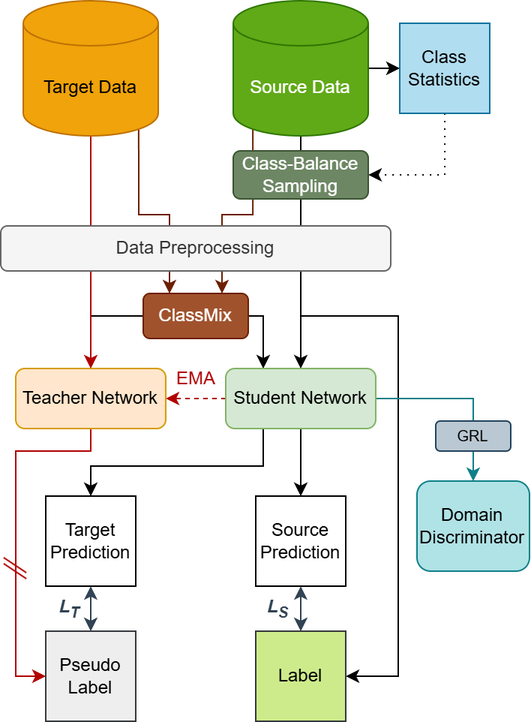
The draw.io diagram figure/Training_Flow_Chart.png in ZackChen1140/HDRSeg-UDA, before a commit. Source tidied: cells renumbered, new cells last; positions are measured from the earlier drawing's top-left corner, leaving out a move shared by most shapes.
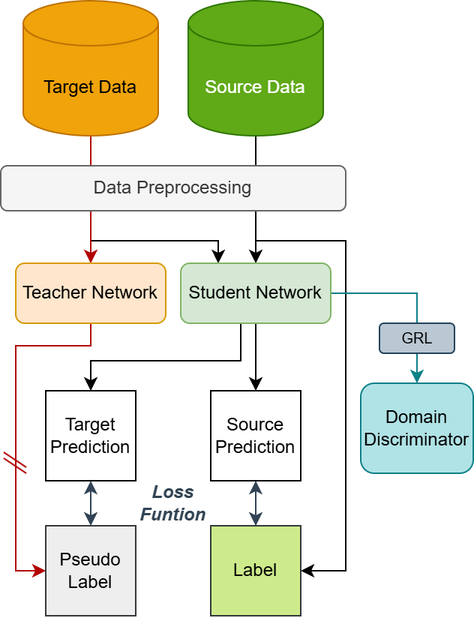
The same diagram one commit later.

Change to the diagram source:
```diff
@@ -2,62 +2,41 @@
   <root>
     <mxCell id="0" />
     <mxCell id="1" parent="0" />
-    <mxCell id="2" value="&lt;font style=&quot;color: rgb(49, 67, 84);&quot;&gt;&lt;b style=&quot;&quot;&gt;&lt;i style=&quot;&quot;&gt;L&lt;sub style=&quot;&quot;&gt;S&lt;/sub&gt;&lt;/i&gt;&lt;/b&gt;&lt;/font&gt;" style="text;html=1;align=center;verticalAlign=middle;whiteSpace=wrap;rounded=0;" parent="1" vertex="1">
-      <mxGeometry x="155" y="390" width="60" height="30" as="geometry" />
+    <mxCell id="2" value="&lt;font style=&quot;color: rgb(49, 67, 84);&quot;&gt;&lt;b style=&quot;&quot;&gt;&lt;i style=&quot;&quot;&gt;Loss Funtion&lt;/i&gt;&lt;/b&gt;&lt;/font&gt;" style="text;html=1;align=center;verticalAlign=middle;whiteSpace=wrap;rounded=0;" parent="1" vertex="1">
+      <mxGeometry x="100" y="390" width="60" height="30" as="geometry" />
     </mxCell>
-    <mxCell id="3" value="&lt;font style=&quot;color: rgb(49, 67, 84);&quot;&gt;&lt;b style=&quot;&quot;&gt;&lt;i style=&quot;&quot;&gt;L&lt;sub style=&quot;&quot;&gt;T&lt;/sub&gt;&lt;/i&gt;&lt;/b&gt;&lt;/font&gt;" style="text;html=1;align=center;verticalAlign=middle;whiteSpace=wrap;rounded=0;" parent="1" vertex="1">
-      <mxGeometry x="16" y="390" width="60" height="30" as="geometry" />
-    </mxCell>
-    <mxCell id="4" style="edgeStyle=orthogonalEdgeStyle;rounded=0;jettySize=auto;html=1;exitX=1;exitY=0.5;exitDx=0;exitDy=0;exitPerimeter=0;entryX=0;entryY=0.5;entryDx=0;entryDy=0;" parent="1" edge="1" source="8" target="14">
-      <mxGeometry relative="1" as="geometry" />
-    </mxCell>
     <mxCell id="5" style="edgeStyle=orthogonalEdgeStyle;rounded=0;jettySize=auto;html=1;exitX=0.5;exitY=1;exitDx=0;exitDy=0;exitPerimeter=0;entryX=0.5;entryY=0;entryDx=0;entryDy=0;" parent="1" edge="1" source="8" target="20">
       <mxGeometry relative="1" as="geometry" />
     </mxCell>
-    <mxCell id="6" style="edgeStyle=orthogonalEdgeStyle;rounded=0;jettySize=auto;html=1;exitX=0.145;exitY=1;exitDx=0;exitDy=-4.35;exitPerimeter=0;entryX=0.75;entryY=0;entryDx=0;entryDy=0;fillColor=#a0522d;strokeColor=#6D1F00;" parent="1" edge="1" source="8" target="34">
-      <mxGeometry relative="1" as="geometry" />
-    </mxCell>
     <mxCell id="7" style="edgeStyle=orthogonalEdgeStyle;rounded=0;jettySize=auto;html=1;exitX=0.5;exitY=1;exitDx=0;exitDy=0;exitPerimeter=0;entryX=1;entryY=0.5;entryDx=0;entryDy=0;" parent="1" edge="1" source="8" target="33">
       <mxGeometry relative="1" as="geometry">
         <Array as="points">
-          <mxPoint x="200" y="210" />
-          <mxPoint x="265" y="210" />
-          <mxPoint x="265" y="450" />
+          <mxPoint x="185" y="230" />
+          <mxPoint x="245" y="230" />
+          <mxPoint x="245" y="450" />
         </Array>
       </mxGeometry>
     </mxCell>
     <mxCell id="8" value="Source Data" style="shape=cylinder3;whiteSpace=wrap;html=1;boundedLbl=1;backgroundOutline=1;size=15;fillColor=#60a917;fontColor=#ffffff;strokeColor=#2D7600;" parent="1" vertex="1">
-      <mxGeometry x="155" width="90" height="90" as="geometry" />
+      <mxGeometry x="140" y="70" width="90" height="90" as="geometry" />
     </mxCell>
     <mxCell id="9" style="edgeStyle=orthogonalEdgeStyle;rounded=0;jettySize=auto;html=1;exitX=0.5;exitY=1;exitDx=0;exitDy=0;exitPerimeter=0;entryX=0.25;entryY=0;entryDx=0;entryDy=0;" parent="1" edge="1" source="12" target="20">
       <mxGeometry relative="1" as="geometry">
         <Array as="points">
-          <mxPoint x="60" y="210" />
-          <mxPoint x="175" y="210" />
+          <mxPoint x="75" y="230" />
+          <mxPoint x="160" y="230" />
         </Array>
       </mxGeometry>
     </mxCell>
     <mxCell id="10" style="edgeStyle=orthogonalEdgeStyle;rounded=0;jettySize=auto;html=1;exitX=0.5;exitY=1;exitDx=0;exitDy=0;exitPerimeter=0;entryX=0.5;entryY=0;entryDx=0;entryDy=0;fillColor=#e51400;strokeColor=#B20000;" parent="1" edge="1" source="12" target="22">
       <mxGeometry relative="1" as="geometry" />
     </mxCell>
-    <mxCell id="11" style="edgeStyle=orthogonalEdgeStyle;rounded=0;jettySize=auto;html=1;exitX=0.855;exitY=1;exitDx=0;exitDy=-4.35;exitPerimeter=0;entryX=0.25;entryY=0;entryDx=0;entryDy=0;fillColor=#a0522d;strokeColor=#6D1F00;" parent="1" edge="1" source="12" target="34">
-      <mxGeometry relative="1" as="geometry" />
-    </mxCell>
     <mxCell id="12" value="Target Data" style="shape=cylinder3;whiteSpace=wrap;html=1;boundedLbl=1;backgroundOutline=1;size=15;fillColor=#f0a30a;fontColor=#000000;strokeColor=#BD7000;" parent="1" vertex="1">
-      <mxGeometry x="15" width="90" height="90" as="geometry" />
+      <mxGeometry x="30" y="70" width="90" height="90" as="geometry" />
     </mxCell>
-    <mxCell id="13" style="edgeStyle=orthogonalEdgeStyle;rounded=0;jettySize=auto;html=1;exitX=0.5;exitY=1;exitDx=0;exitDy=0;entryX=1;entryY=0.5;entryDx=0;entryDy=0;dashed=1;dashPattern=1 4;" parent="1" edge="1" source="14" target="24">
-      <mxGeometry relative="1" as="geometry" />
-    </mxCell>
-    <mxCell id="14" value="&lt;div&gt;&lt;span style=&quot;background-color: transparent; color: light-dark(rgb(0, 0, 0), rgb(255, 255, 255));&quot;&gt;Class&lt;/span&gt;&lt;/div&gt;&lt;div&gt;&lt;span style=&quot;background-color: transparent; color: light-dark(rgb(0, 0, 0), rgb(255, 255, 255));&quot;&gt;Statistics&lt;/span&gt;&lt;/div&gt;" style="rounded=0;whiteSpace=wrap;html=1;fillColor=#b1ddf0;strokeColor=#10739e;" parent="1" vertex="1">
-      <mxGeometry x="266" y="15" width="60" height="60" as="geometry" />
-    </mxCell>
     <mxCell id="15" value="Data Preprocessing" style="rounded=1;whiteSpace=wrap;html=1;fillColor=#f5f5f5;fontColor=#333333;strokeColor=#666666;" parent="1" vertex="1">
-      <mxGeometry y="150" width="260" height="30" as="geometry" />
+      <mxGeometry x="15" y="180" width="230" height="30" as="geometry" />
     </mxCell>
-    <mxCell id="16" style="edgeStyle=orthogonalEdgeStyle;rounded=0;jettySize=auto;html=1;exitX=0;exitY=0.5;exitDx=0;exitDy=0;entryX=1;entryY=0.5;entryDx=0;entryDy=0;dashed=1;fillColor=#e51400;strokeColor=#B20000;" parent="1" edge="1" source="20" target="22">
-      <mxGeometry relative="1" as="geometry" />
-    </mxCell>
     <mxCell id="17" style="edgeStyle=orthogonalEdgeStyle;rounded=0;jettySize=auto;html=1;exitX=0.5;exitY=1;exitDx=0;exitDy=0;entryX=0.5;entryY=0;entryDx=0;entryDy=0;" parent="1" edge="1" source="20" target="30">
       <mxGeometry relative="1" as="geometry" />
     </mxCell>
@@ -65,7 +44,7 @@
       <mxGeometry relative="1" as="geometry">
         <Array as="points">
           <mxPoint x="175" y="310" />
-          <mxPoint x="60" y="310" />
+          <mxPoint x="75" y="310" />
         </Array>
       </mxGeometry>
     </mxCell>
@@ -73,31 +52,25 @@
       <mxGeometry relative="1" as="geometry" />
     </mxCell>
     <mxCell id="20" value="Student Network" style="rounded=1;whiteSpace=wrap;html=1;fillColor=#d5e8d4;strokeColor=#82b366;" parent="1" vertex="1">
-      <mxGeometry x="150" y="245" width="100" height="40" as="geometry" />
+      <mxGeometry x="135" y="245" width="100" height="40" as="geometry" />
     </mxCell>
     <mxCell id="21" style="edgeStyle=orthogonalEdgeStyle;rounded=0;jettySize=auto;html=1;exitX=0.5;exitY=1;exitDx=0;exitDy=0;entryX=0;entryY=0.5;entryDx=0;entryDy=0;fillColor=#e51400;strokeColor=#B20000;" parent="1" edge="1" source="22" target="25">
       <mxGeometry relative="1" as="geometry">
         <Array as="points">
-          <mxPoint x="60" y="300" />
-          <mxPoint x="10" y="300" />
-          <mxPoint x="10" y="450" />
+          <mxPoint x="75" y="300" />
+          <mxPoint x="25" y="300" />
+          <mxPoint x="25" y="450" />
         </Array>
       </mxGeometry>
     </mxCell>
     <mxCell id="22" value="Teacher Network" style="rounded=1;whiteSpace=wrap;html=1;fillColor=#ffe6cc;strokeColor=#d79b00;" parent="1" vertex="1">
-      <mxGeometry x="10" y="245" width="100" height="40" as="geometry" />
+      <mxGeometry x="25" y="245" width="100" height="40" as="geometry" />
     </mxCell>
-    <mxCell id="23" value="&lt;font style=&quot;color: rgb(178, 0, 0);&quot;&gt;EMA&lt;/font&gt;" style="text;html=1;align=center;verticalAlign=middle;strokeColor=none;fillColor=none;" parent="1" vertex="1">
-      <mxGeometry x="105" y="237" width="50" height="30" as="geometry" />
-    </mxCell>
-    <mxCell id="24" value="Class-Balance&lt;div&gt;Sampling&lt;/div&gt;" style="rounded=1;whiteSpace=wrap;html=1;fillColor=#6d8764;fontColor=#ffffff;strokeColor=#3A5431;" parent="1" vertex="1">
-      <mxGeometry x="155" y="100" width="90" height="32" as="geometry" />
-    </mxCell>
     <mxCell id="25" value="&lt;div&gt;Pseudo&lt;/div&gt;&lt;div&gt;Label&lt;/div&gt;" style="rounded=0;whiteSpace=wrap;html=1;fillColor=#eeeeee;strokeColor=#36393d;" parent="1" vertex="1">
-      <mxGeometry x="30" y="420" width="60" height="60" as="geometry" />
+      <mxGeometry x="45" y="420" width="60" height="60" as="geometry" />
     </mxCell>
     <mxCell id="26" style="group;rotation=90;" parent="1" vertex="1">
-      <mxGeometry x="2" y="370" width="14" height="15" as="geometry" />
+      <mxGeometry x="17" y="370" width="14" height="15" as="geometry" />
     </mxCell>
     <mxCell id="27" style="endArrow=none;html=1;rounded=0;fillColor=#e51400;strokeColor=#B20000;" parent="26" edge="1">
       <mxGeometry relative="1" as="geometry">
@@ -115,25 +88,22 @@
       <mxGeometry relative="1" as="geometry" />
     </mxCell>
     <mxCell id="30" value="&lt;div&gt;Source&lt;/div&gt;&lt;div&gt;Prediction&lt;/div&gt;" style="rounded=0;whiteSpace=wrap;html=1;labelBackgroundColor=default;fillStyle=solid;" parent="1" vertex="1">
-      <mxGeometry x="170" y="330" width="60" height="60" as="geometry" />
+      <mxGeometry x="155" y="330" width="60" height="60" as="geometry" />
     </mxCell>
     <mxCell id="31" style="edgeStyle=orthogonalEdgeStyle;rounded=0;jettySize=auto;html=1;exitX=0.5;exitY=1;exitDx=0;exitDy=0;entryX=0.5;entryY=0;entryDx=0;entryDy=0;startArrow=classic;startFill=1;fillColor=#647687;strokeColor=#314354;" parent="1" edge="1" source="32" target="25">
       <mxGeometry relative="1" as="geometry" />
     </mxCell>
     <mxCell id="32" value="&lt;div&gt;Target&lt;/div&gt;&lt;div&gt;Prediction&lt;/div&gt;" style="rounded=0;whiteSpace=wrap;html=1;labelBackgroundColor=default;fillStyle=solid;" parent="1" vertex="1">
-      <mxGeometry x="30" y="330" width="60" height="60" as="geometry" />
+      <mxGeometry x="45" y="330" width="60" height="60" as="geometry" />
     </mxCell>
     <mxCell id="33" value="&lt;div&gt;Label&lt;/div&gt;" style="rounded=0;whiteSpace=wrap;html=1;fillColor=#cdeb8b;strokeColor=#36393d;" parent="1" vertex="1">
-      <mxGeometry x="170" y="420" width="60" height="60" as="geometry" />
+      <mxGeometry x="155" y="420" width="60" height="60" as="geometry" />
     </mxCell>
-    <mxCell id="34" value="ClassMix" style="rounded=1;whiteSpace=wrap;html=1;fillColor=#a0522d;strokeColor=#6D1F00;gradientDirection=west;fontColor=#ffffff;" parent="1" vertex="1">
-      <mxGeometry x="95" y="195" width="70" height="30" as="geometry" />
-    </mxCell>
     <mxCell id="35" value="&lt;div&gt;Domain&lt;/div&gt;Discriminator" style="rounded=1;whiteSpace=wrap;html=1;fillColor=#b0e3e6;strokeColor=#0e8088;" parent="1" vertex="1">
-      <mxGeometry x="277.5" y="320" width="75" height="60" as="geometry" />
+      <mxGeometry x="255" y="325" width="75" height="60" as="geometry" />
     </mxCell>
     <mxCell id="36" value="&lt;font style=&quot;font-size: 10px;&quot;&gt;GRL&lt;/font&gt;" style="rounded=1;whiteSpace=wrap;html=1;fillColor=#bac8d3;strokeColor=#23445d;verticalAlign=middle;" parent="1" vertex="1">
-      <mxGeometry x="290" y="280" width="50" height="20" as="geometry" />
+      <mxGeometry x="267.5" y="285" width="50" height="20" as="geometry" />
     </mxCell>
   </root>
 </mxGraphModel>
```
